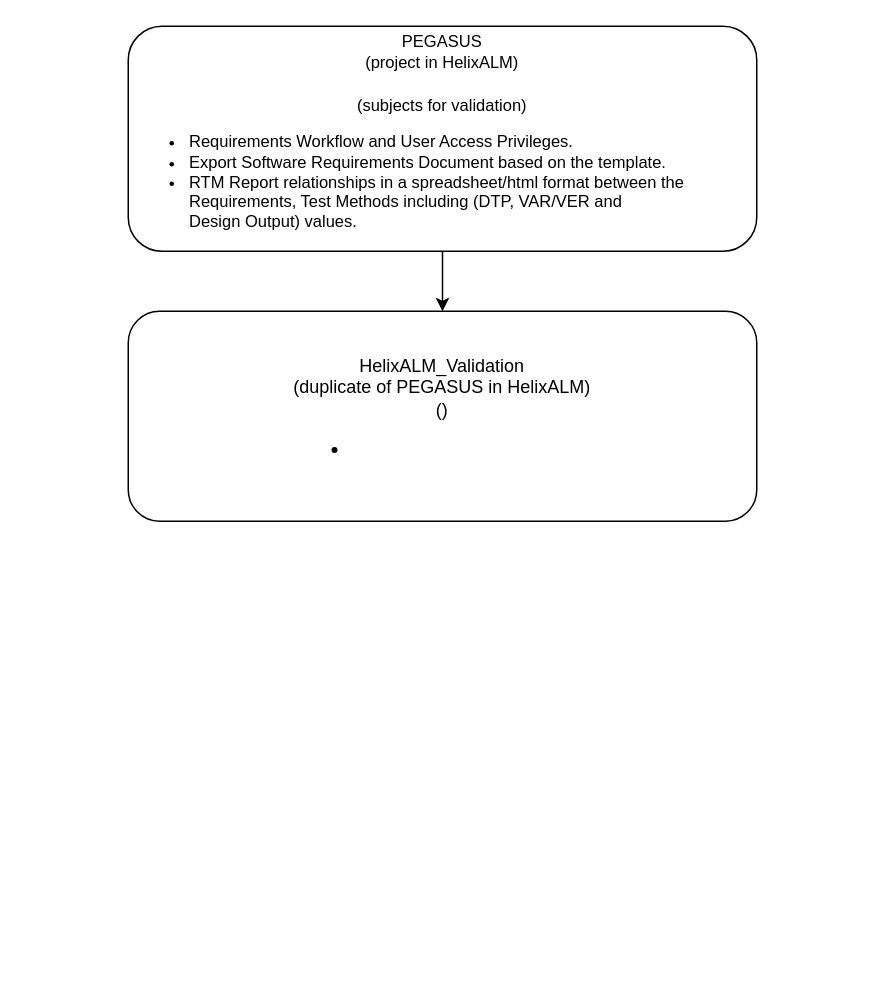
This is Untitled Diagram.drawio from avishnikin696/draws, a draw.io file, before an edit. Source tidied: cells renumbered, new cells numbered last; positions are measured from the earlier drawing's top-left corner, leaving out a move shared by most shapes. Both pictures are drawn from the tidied source at 150%, with x=0, y=0 at pixel (128, 26).
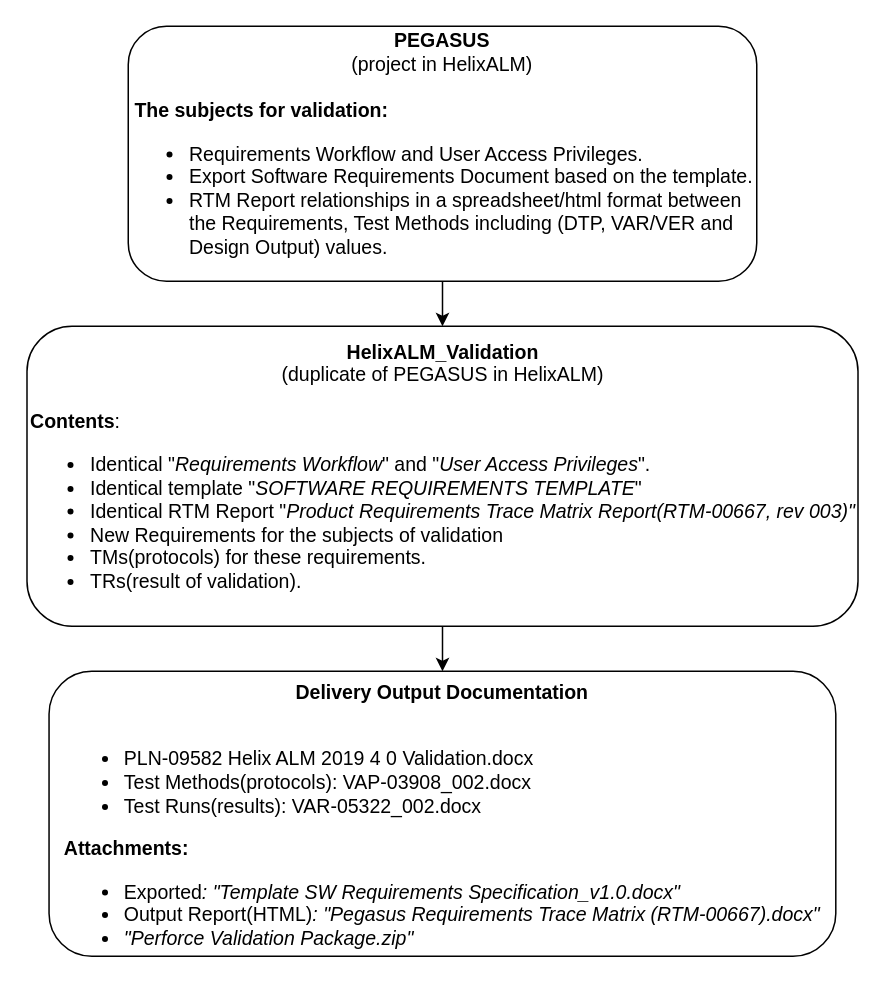
The same page after the edit.

Change to the diagram source:
```diff
@@
 <mxGraphModel>
   <root>
     <mxCell id="0" />
     <mxCell id="1" parent="0" />
     <mxCell id="2" style="edgeStyle=orthogonalEdgeStyle;rounded=0;jettySize=auto;html=1;" parent="1" edge="1" source="3" target="4">
       <mxGeometry relative="1" as="geometry" />
     </mxCell>
-    <mxCell id="3" value="&lt;font style=&quot;font-size: 11px&quot;&gt;PEGASUS &lt;br&gt;(project in HelixALM)&lt;br&gt;&lt;br&gt;(subjects for validation)&lt;br&gt;&lt;/font&gt;&lt;ul style=&quot;font-size: 11px&quot;&gt;&lt;li style=&quot;text-align: left&quot;&gt;&lt;font style=&quot;font-size: 11px&quot;&gt;Requirements Workflow and User Access Privileges.&lt;/font&gt;&lt;/li&gt;&lt;li style=&quot;text-align: left&quot;&gt;&lt;font style=&quot;font-size: 11px&quot;&gt;Export Software Requirements Document based on the template.&lt;/font&gt;&lt;/li&gt;&lt;li style=&quot;text-align: left&quot;&gt;&lt;font style=&quot;font-size: 11px&quot;&gt;&lt;font style=&quot;font-size: 11px&quot;&gt;RTM Report&amp;nbsp;relationships in a spreadsheet/html format between the Requirements, Test Methods including&amp;nbsp;&lt;/font&gt;(DTP, VAR/VER and&lt;br&gt;Design Output) values.&lt;/font&gt;&lt;/li&gt;&lt;/ul&gt;" style="rounded=1;whiteSpace=wrap;html=1;" parent="1" vertex="1">
-      <mxGeometry width="419" height="150" as="geometry" />
+    <mxCell id="3" value="&lt;font style=&quot;font-size: 13px;&quot;&gt;&lt;b style=&quot;&quot;&gt;PEGASUS &lt;/b&gt;&lt;br&gt;(project in HelixALM)&lt;br&gt;&lt;br&gt;&lt;div style=&quot;text-align: left;&quot;&gt;&lt;span style=&quot;background-color: initial;&quot;&gt;&lt;span style=&quot;white-space: pre;&quot;&gt; &lt;/span&gt;&lt;b&gt;The subjects for validation:&lt;/b&gt;&lt;/span&gt;&lt;/div&gt;&lt;div style=&quot;text-align: left;&quot;&gt;&lt;/div&gt;&lt;/font&gt;&lt;ul style=&quot;font-size: 13px;&quot;&gt;&lt;li style=&quot;text-align: left;&quot;&gt;&lt;font style=&quot;font-size: 13px;&quot;&gt;Requirements Workflow and User Access Privileges.&lt;/font&gt;&lt;/li&gt;&lt;li style=&quot;text-align: left;&quot;&gt;&lt;font style=&quot;font-size: 13px;&quot;&gt;Export Software Requirements Document based on the template.&lt;/font&gt;&lt;/li&gt;&lt;li style=&quot;text-align: left;&quot;&gt;&lt;font style=&quot;font-size: 13px;&quot;&gt;&lt;font style=&quot;font-size: 13px;&quot;&gt;RTM Report&amp;nbsp;relationships in a spreadsheet/html format between the Requirements, Test Methods including&amp;nbsp;&lt;/font&gt;(DTP, VAR/VER and&lt;br&gt;Design Output) values.&lt;/font&gt;&lt;/li&gt;&lt;/ul&gt;" style="rounded=1;whiteSpace=wrap;html=1;" parent="1" vertex="1">
+      <mxGeometry width="419" height="170" as="geometry" />
     </mxCell>
+    <mxCell id="5" style="edgeStyle=orthogonalEdgeStyle;rounded=0;jettySize=auto;html=1;" parent="1" edge="1" source="4" target="6">
+      <mxGeometry relative="1" as="geometry" />
+    </mxCell>
-    <mxCell id="4" value="HelixALM_Validation &lt;br&gt;(duplicate of PEGASUS in HelixALM)&lt;br&gt;()&lt;br&gt;&lt;ul&gt;&lt;li style=&quot;text-align: left&quot;&gt;&lt;br&gt;&lt;/li&gt;&lt;/ul&gt;" style="rounded=1;whiteSpace=wrap;html=1;" parent="1" vertex="1">
-      <mxGeometry y="190" width="419" height="140" as="geometry" />
+    <mxCell id="4" value="&lt;font style=&quot;font-size: 13px;&quot;&gt;&lt;b&gt;HelixALM_Validation &lt;/b&gt;&lt;br&gt;(duplicate of PEGASUS in HelixALM)&lt;br&gt;&lt;br&gt;&lt;/font&gt;&lt;div style=&quot;text-align: left; font-size: 13px;&quot;&gt;&lt;font style=&quot;font-size: 13px;&quot;&gt;&lt;span style=&quot;&quot;&gt; &lt;/span&gt;&lt;b&gt;Contents&lt;/b&gt;:&lt;br&gt;&lt;/font&gt;&lt;/div&gt;&lt;ul style=&quot;font-size: 13px;&quot;&gt;&lt;li style=&quot;text-align: left;&quot;&gt;&lt;font style=&quot;font-size: 13px;&quot;&gt;Identical &quot;&lt;i&gt;Requirements Workflow&lt;/i&gt;&quot; and &quot;&lt;i&gt;User Access Privileges&lt;/i&gt;&quot;.&lt;/font&gt;&lt;/li&gt;&lt;li style=&quot;text-align: left;&quot;&gt;&lt;font style=&quot;font-size: 13px;&quot;&gt;Identical template &quot;&lt;i&gt;SOFTWARE REQUIREMENTS TEMPLATE&lt;/i&gt;&quot;&lt;/font&gt;&lt;/li&gt;&lt;li style=&quot;text-align: left;&quot;&gt;&lt;font style=&quot;font-size: 13px;&quot;&gt;Identical RTM Report &quot;&lt;i&gt;Product Requirements Trace Matrix Report(RTM-00667, rev 003)&quot;&lt;/i&gt;&lt;/font&gt;&lt;/li&gt;&lt;li style=&quot;text-align: left;&quot;&gt;&lt;font style=&quot;font-size: 13px;&quot;&gt;New Requirements for the subjects of validation&lt;/font&gt;&lt;/li&gt;&lt;li style=&quot;text-align: left;&quot;&gt;&lt;font style=&quot;font-size: 13px;&quot;&gt;TMs(protocols) for these requirements.&lt;/font&gt;&lt;/li&gt;&lt;li style=&quot;text-align: left;&quot;&gt;&lt;font style=&quot;font-size: 13px;&quot;&gt;TRs(result of validation).&lt;/font&gt;&lt;/li&gt;&lt;/ul&gt;" style="rounded=1;whiteSpace=wrap;html=1;" parent="1" vertex="1">
+      <mxGeometry x="-67.5" y="200" width="554" height="200" as="geometry" />
     </mxCell>
+    <mxCell id="6" value="&lt;font style=&quot;font-size: 13px;&quot;&gt;&lt;b&gt;&lt;br&gt;Delivery Output Documentation&lt;/b&gt;&lt;br&gt;&lt;br&gt;&lt;/font&gt;&lt;ul style=&quot;font-size: 13px;&quot;&gt;&lt;li style=&quot;text-align: left;&quot;&gt;&lt;font style=&quot;font-size: 13px;&quot;&gt;PLN-09582 Helix ALM 2019 4 0 Validation.docx&lt;br&gt;&lt;/font&gt;&lt;/li&gt;&lt;li style=&quot;text-align: left;&quot;&gt;&lt;font style=&quot;font-size: 13px;&quot;&gt;Test Methods(protocols): VAP-03908_002.docx&lt;/font&gt;&lt;/li&gt;&lt;li style=&quot;text-align: left;&quot;&gt;&lt;font style=&quot;font-size: 13px;&quot;&gt;Test Runs(results): VAR-05322_002.docx&lt;/font&gt;&lt;/li&gt;&lt;/ul&gt;&lt;div style=&quot;text-align: left; font-size: 13px;&quot;&gt;&lt;b&gt;&lt;font style=&quot;font-size: 13px;&quot;&gt;Attachments:&lt;/font&gt;&lt;/b&gt;&lt;/div&gt;&lt;ul style=&quot;font-size: 13px;&quot;&gt;&lt;li style=&quot;text-align: left;&quot;&gt;&lt;font style=&quot;font-size: 13px;&quot;&gt;&lt;span style=&quot;background-color: initial;&quot;&gt;&lt;span style=&quot;font-family: Arial, sans-serif;&quot;&gt;Exported&lt;i&gt;: &quot;Template&amp;nbsp;&lt;/i&gt;&lt;/span&gt;&lt;/span&gt;&lt;i style=&quot;background-color: initial;&quot;&gt;&lt;span style=&quot;mso-bidi-font-size:11.0pt;font-family:&amp;quot;Arial&amp;quot;,sans-serif&quot;&gt;SW Requirements Specification_v1.0.docx&quot;&lt;/span&gt;&lt;/i&gt;&lt;/font&gt;&lt;/li&gt;&lt;li style=&quot;text-align: left;&quot;&gt;&lt;font style=&quot;font-size: 13px;&quot;&gt;&lt;span style=&quot;background-color: initial;&quot;&gt;&lt;span style=&quot;font-family: Arial, sans-serif;&quot;&gt;Output Report(HTML)&lt;i&gt;: &quot;Pegasus&amp;nbsp;&lt;/i&gt;&lt;/span&gt;&lt;/span&gt;&lt;i style=&quot;background-color: initial;&quot;&gt;&lt;span style=&quot;mso-bidi-font-size:11.0pt;font-family:&amp;quot;Arial&amp;quot;,sans-serif&quot;&gt;Requirements Trace Matrix (RTM-00667).docx&quot;&lt;/span&gt;&lt;/i&gt;&lt;/font&gt;&lt;/li&gt;&lt;li style=&quot;text-align: left;&quot;&gt;&lt;font style=&quot;font-size: 13px;&quot;&gt;&lt;i style=&quot;background-color: initial;&quot;&gt;&lt;span style=&quot;mso-bidi-font-size:11.0pt;font-family:&amp;quot;Arial&amp;quot;,sans-serif&quot;&gt;&quot;Perforce&amp;nbsp;&lt;/span&gt;&lt;/i&gt;&lt;i style=&quot;background-color: initial;&quot;&gt;&lt;span style=&quot;mso-bidi-font-size:11.0pt;font-family:&amp;quot;Arial&amp;quot;,sans-serif&quot;&gt;Validation Package.zip&quot;&lt;/span&gt;&lt;/i&gt;&lt;/font&gt;&lt;/li&gt;&lt;/ul&gt;" style="rounded=1;whiteSpace=wrap;html=1;" parent="1" vertex="1">
+      <mxGeometry x="-52.8" y="430" width="524.5" height="190" as="geometry" />
+    </mxCell>
   </root>
 </mxGraphModel>
```
